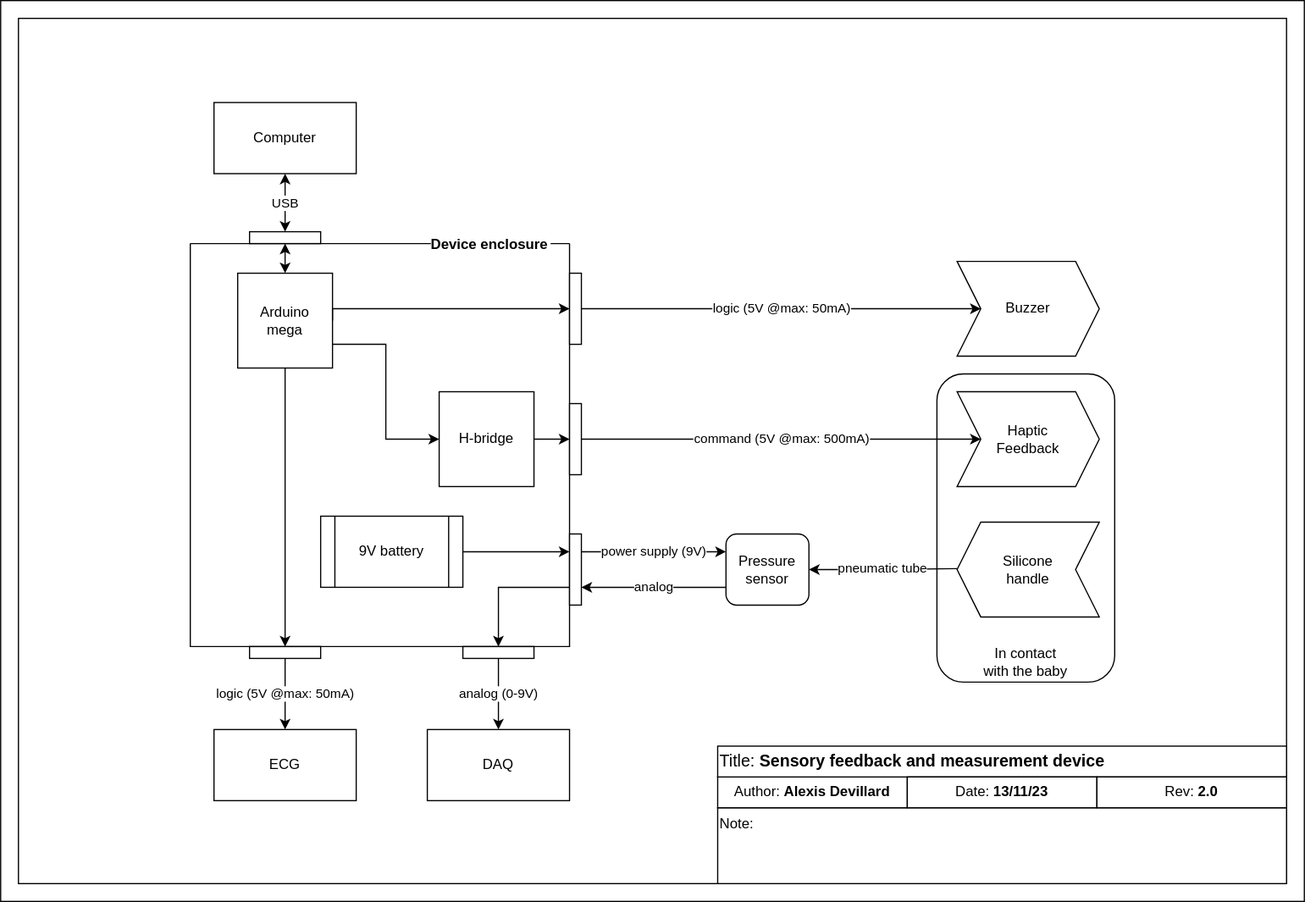
Above: docs/schematics.drawio.svg in Aightech/Bsense (draw.io), before the change. Source tidied: cells renumbered, new cells last; positions are measured from the earlier drawing's top-left corner, leaving out a move shared by most shapes. Its diagram source:
```xml
<mxGraphModel>
  <root>
    <mxCell id="0" />
    <mxCell id="1" parent="0" />
    <mxCell id="2" style="rounded=0;whiteSpace=wrap;html=1;" parent="1" vertex="1">
      <mxGeometry width="1100" height="760" as="geometry" />
    </mxCell>
    <mxCell id="3" style="rounded=0;whiteSpace=wrap;html=1;" parent="1" vertex="1">
      <mxGeometry x="15" y="15" width="1070" height="730" as="geometry" />
    </mxCell>
    <mxCell id="4" value="In contact&lt;br&gt;&amp;nbsp;with the baby" style="rounded=1;whiteSpace=wrap;html=1;verticalAlign=bottom;" parent="1" vertex="1">
      <mxGeometry x="790" y="315" width="150" height="260" as="geometry" />
    </mxCell>
    <mxCell id="5" value="Device enclosure" style="swimlane;startSize=0;labelBackgroundColor=default;align=right;spacingRight=16;" parent="1" vertex="1">
      <mxGeometry x="160" y="205" width="320" height="340" as="geometry" />
    </mxCell>
    <mxCell id="6" value="H-bridge" style="whiteSpace=wrap;html=1;" parent="5" vertex="1">
      <mxGeometry x="210" y="125" width="80" height="80" as="geometry" />
    </mxCell>
    <mxCell id="7" style="edgeStyle=orthogonalEdgeStyle;rounded=0;jettySize=auto;html=1;exitX=1;exitY=0.75;exitDx=0;exitDy=0;entryX=0;entryY=0.5;entryDx=0;entryDy=0;" parent="5" edge="1" source="8" target="6">
      <mxGeometry relative="1" as="geometry" />
    </mxCell>
    <mxCell id="8" value="Arduino &lt;br&gt;mega" style="whiteSpace=wrap;html=1;" parent="5" vertex="1">
      <mxGeometry x="40" y="25" width="80" height="80" as="geometry" />
    </mxCell>
    <mxCell id="9" value="9V battery" style="shape=process;whiteSpace=wrap;html=1;backgroundOutline=1;" parent="5" vertex="1">
      <mxGeometry x="110" y="230" width="120" height="60" as="geometry" />
    </mxCell>
    <mxCell id="10" style="rounded=0;whiteSpace=wrap;html=1;direction=south;" parent="5" vertex="1">
      <mxGeometry x="230" y="340" width="60" height="10" as="geometry" />
    </mxCell>
    <mxCell id="11" value="Buzzer" style="shape=step;perimeter=stepPerimeter;whiteSpace=wrap;html=1;fixedSize=1;" parent="1" vertex="1">
      <mxGeometry x="807" y="220" width="120" height="80" as="geometry" />
    </mxCell>
    <mxCell id="12" value="Haptic &lt;br&gt;Feedback" style="shape=step;perimeter=stepPerimeter;whiteSpace=wrap;html=1;fixedSize=1;" parent="1" vertex="1">
      <mxGeometry x="807" y="330" width="120" height="80" as="geometry" />
    </mxCell>
    <mxCell id="13" value="Silicone&lt;br&gt;handle" style="shape=step;perimeter=stepPerimeter;fixedSize=1;rotation=0;html=1;whiteSpace=wrap;direction=west;" parent="1" vertex="1">
      <mxGeometry x="807" y="440" width="120" height="80" as="geometry" />
    </mxCell>
    <mxCell id="14" value="USB" style="edgeStyle=orthogonalEdgeStyle;rounded=0;jettySize=auto;html=1;exitX=0.5;exitY=1;exitDx=0;exitDy=0;entryX=0;entryY=0.5;entryDx=0;entryDy=0;startArrow=classic;startFill=1;" parent="1" edge="1" source="15" target="34">
      <mxGeometry relative="1" as="geometry" />
    </mxCell>
    <mxCell id="15" value="Computer" style="rounded=0;whiteSpace=wrap;html=1;" parent="1" vertex="1">
      <mxGeometry x="180" y="86" width="120" height="60" as="geometry" />
    </mxCell>
    <mxCell id="16" value="DAQ" style="rounded=0;whiteSpace=wrap;html=1;" parent="1" vertex="1">
      <mxGeometry x="360" y="615" width="120" height="60" as="geometry" />
    </mxCell>
    <mxCell id="17" value="ECG" style="rounded=0;whiteSpace=wrap;html=1;" parent="1" vertex="1">
      <mxGeometry x="180" y="615" width="120" height="60" as="geometry" />
    </mxCell>
    <mxCell id="18" value="analog " style="edgeStyle=orthogonalEdgeStyle;rounded=0;jettySize=auto;html=1;exitX=0;exitY=0.75;exitDx=0;exitDy=0;entryX=1;entryY=0.75;entryDx=0;entryDy=0;" parent="1" edge="1" source="19" target="27">
      <mxGeometry relative="1" as="geometry" />
    </mxCell>
    <mxCell id="19" value="Pressure&lt;br&gt;sensor" style="rounded=1;whiteSpace=wrap;html=1;" parent="1" vertex="1">
      <mxGeometry x="612" y="450" width="70" height="60" as="geometry" />
    </mxCell>
    <mxCell id="20" value="logic (5V @max: 50mA)" style="edgeStyle=orthogonalEdgeStyle;rounded=0;jettySize=auto;html=1;exitX=1;exitY=0.5;exitDx=0;exitDy=0;" parent="1" edge="1" source="22" target="11">
      <mxGeometry relative="1" as="geometry" />
    </mxCell>
    <mxCell id="21" style="edgeStyle=orthogonalEdgeStyle;rounded=0;jettySize=auto;html=1;exitX=1;exitY=0.5;exitDx=0;exitDy=0;" parent="1" edge="1" source="8" target="22">
      <mxGeometry relative="1" as="geometry">
        <Array as="points">
          <mxPoint x="280" y="260" />
        </Array>
      </mxGeometry>
    </mxCell>
    <mxCell id="22" style="rounded=0;whiteSpace=wrap;html=1;" parent="1" vertex="1">
      <mxGeometry x="480" y="230" width="10" height="60" as="geometry" />
    </mxCell>
    <mxCell id="23" value="command (5V @max: 500mA)" style="edgeStyle=orthogonalEdgeStyle;rounded=0;jettySize=auto;html=1;exitX=1;exitY=0.5;exitDx=0;exitDy=0;" parent="1" edge="1" source="24" target="12">
      <mxGeometry relative="1" as="geometry" />
    </mxCell>
    <mxCell id="24" style="rounded=0;whiteSpace=wrap;html=1;" parent="1" vertex="1">
      <mxGeometry x="480" y="340" width="10" height="60" as="geometry" />
    </mxCell>
    <mxCell id="25" style="edgeStyle=orthogonalEdgeStyle;rounded=0;jettySize=auto;html=1;exitX=0;exitY=0.75;exitDx=0;exitDy=0;entryX=0;entryY=0.5;entryDx=0;entryDy=0;" parent="1" edge="1" source="27" target="10">
      <mxGeometry relative="1" as="geometry">
        <Array as="points">
          <mxPoint x="420" y="495" />
        </Array>
      </mxGeometry>
    </mxCell>
    <mxCell id="26" value="power supply (9V)" style="edgeStyle=orthogonalEdgeStyle;rounded=0;jettySize=auto;html=1;exitX=1;exitY=0.25;exitDx=0;exitDy=0;entryX=0;entryY=0.25;entryDx=0;entryDy=0;" parent="1" edge="1" source="27" target="19">
      <mxGeometry relative="1" as="geometry" />
    </mxCell>
    <mxCell id="27" style="rounded=0;whiteSpace=wrap;html=1;" parent="1" vertex="1">
      <mxGeometry x="480" y="450" width="10" height="60" as="geometry" />
    </mxCell>
    <mxCell id="28" style="edgeStyle=orthogonalEdgeStyle;rounded=0;jettySize=auto;html=1;exitX=1;exitY=0.5;exitDx=0;exitDy=0;entryX=0;entryY=0.25;entryDx=0;entryDy=0;" parent="1" edge="1" source="9" target="27">
      <mxGeometry relative="1" as="geometry" />
    </mxCell>
    <mxCell id="29" value="logic (5V @max: 50mA)" style="edgeStyle=orthogonalEdgeStyle;rounded=0;jettySize=auto;html=1;exitX=1;exitY=0.5;exitDx=0;exitDy=0;entryX=0.5;entryY=0;entryDx=0;entryDy=0;" parent="1" edge="1" source="30" target="17">
      <mxGeometry relative="1" as="geometry" />
    </mxCell>
    <mxCell id="30" style="rounded=0;whiteSpace=wrap;html=1;direction=south;" parent="1" vertex="1">
      <mxGeometry x="210" y="545" width="60" height="10" as="geometry" />
    </mxCell>
    <mxCell id="31" value="analog (0-9V)" style="edgeStyle=orthogonalEdgeStyle;rounded=0;jettySize=auto;html=1;exitX=1;exitY=0.5;exitDx=0;exitDy=0;entryX=0.5;entryY=0;entryDx=0;entryDy=0;" parent="1" edge="1" source="10" target="16">
      <mxGeometry relative="1" as="geometry" />
    </mxCell>
    <mxCell id="32" style="edgeStyle=orthogonalEdgeStyle;rounded=0;jettySize=auto;html=1;exitX=0.5;exitY=1;exitDx=0;exitDy=0;entryX=0;entryY=0.5;entryDx=0;entryDy=0;" parent="1" edge="1" source="8" target="30">
      <mxGeometry relative="1" as="geometry">
        <Array as="points">
          <mxPoint x="240" y="315" />
          <mxPoint x="240" y="315" />
        </Array>
      </mxGeometry>
    </mxCell>
    <mxCell id="33" style="edgeStyle=orthogonalEdgeStyle;rounded=0;jettySize=auto;html=1;exitX=1;exitY=0.5;exitDx=0;exitDy=0;entryX=0.5;entryY=0;entryDx=0;entryDy=0;startArrow=classic;startFill=1;" parent="1" edge="1" source="34" target="8">
      <mxGeometry relative="1" as="geometry" />
    </mxCell>
    <mxCell id="34" style="rounded=0;whiteSpace=wrap;html=1;direction=south;" parent="1" vertex="1">
      <mxGeometry x="210" y="195" width="60" height="10" as="geometry" />
    </mxCell>
    <mxCell id="35" value="pneumatic tube" style="edgeStyle=orthogonalEdgeStyle;rounded=0;jettySize=auto;html=1;exitX=1;exitY=0.5;exitDx=0;exitDy=0;entryX=1;entryY=0.51;entryDx=0;entryDy=0;entryPerimeter=0;endArrow=none;endFill=0;startArrow=classic;startFill=1;" parent="1" edge="1" source="19" target="13">
      <mxGeometry relative="1" as="geometry" />
    </mxCell>
    <mxCell id="36" style="edgeStyle=orthogonalEdgeStyle;rounded=0;jettySize=auto;html=1;exitX=1;exitY=0.5;exitDx=0;exitDy=0;entryX=0;entryY=0.5;entryDx=0;entryDy=0;" parent="1" edge="1" source="6" target="24">
      <mxGeometry relative="1" as="geometry" />
    </mxCell>
    <mxCell id="37" value="&lt;div align=&quot;left&quot;&gt;Note:&lt;/div&gt;" style="rounded=0;whiteSpace=wrap;html=1;align=left;verticalAlign=top;" parent="1" vertex="1">
      <mxGeometry x="605" y="681" width="480" height="64" as="geometry" />
    </mxCell>
    <mxCell id="38" value="Author:&lt;b&gt; Alexis Devillard&lt;br&gt;&lt;/b&gt;" style="rounded=0;whiteSpace=wrap;html=1;" parent="1" vertex="1">
      <mxGeometry x="605" y="655" width="160" height="26" as="geometry" />
    </mxCell>
    <mxCell id="39" value="Title: &lt;b&gt;Sensory feedback and measurement device&lt;/b&gt;" style="rounded=0;whiteSpace=wrap;html=1;align=left;fontSize=14;" parent="1" vertex="1">
      <mxGeometry x="605" y="629" width="480" height="26" as="geometry" />
    </mxCell>
    <mxCell id="40" value="Date:&lt;b&gt; 13/11/23&lt;br&gt;&lt;/b&gt;" style="rounded=0;whiteSpace=wrap;html=1;" parent="1" vertex="1">
      <mxGeometry x="765" y="655" width="160" height="26" as="geometry" />
    </mxCell>
    <mxCell id="41" value="Rev:&lt;b&gt; 2.0&lt;/b&gt;" style="rounded=0;whiteSpace=wrap;html=1;" parent="1" vertex="1">
      <mxGeometry x="925" y="655" width="160" height="26" as="geometry" />
    </mxCell>
  </root>
</mxGraphModel>
```
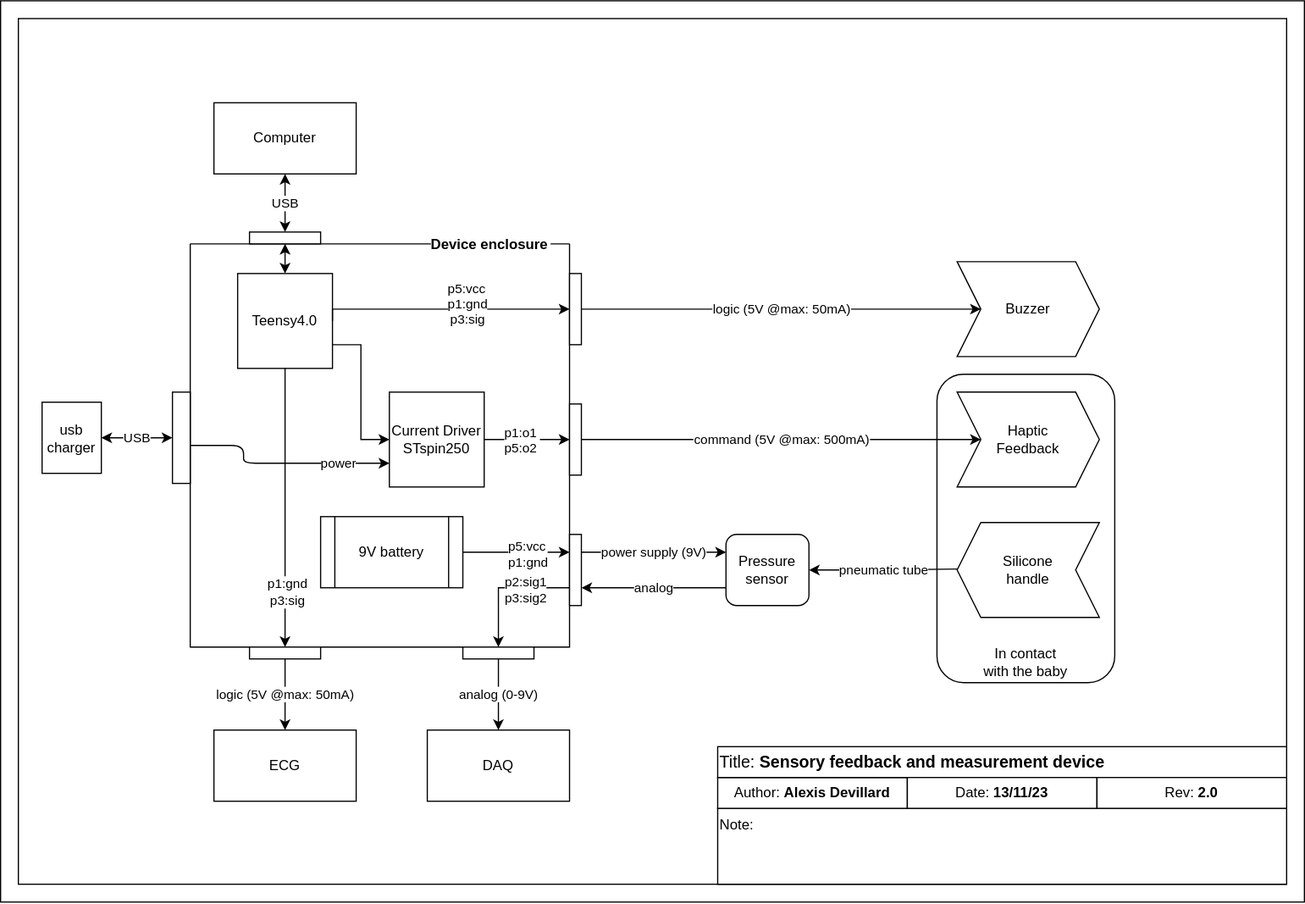
The same diagram one commit later.

Change to the diagram source:
```diff
@@ -14,13 +14,13 @@
     <mxCell id="5" value="Device enclosure" style="swimlane;startSize=0;labelBackgroundColor=default;align=right;spacingRight=16;" parent="1" vertex="1">
       <mxGeometry x="160" y="205" width="320" height="340" as="geometry" />
     </mxCell>
-    <mxCell id="6" value="H-bridge" style="whiteSpace=wrap;html=1;" parent="5" vertex="1">
-      <mxGeometry x="210" y="125" width="80" height="80" as="geometry" />
+    <mxCell id="6" value="Current Driver&lt;div&gt;STspin250&lt;/div&gt;" style="whiteSpace=wrap;html=1;" parent="5" vertex="1">
+      <mxGeometry x="168" y="125" width="80" height="80" as="geometry" />
     </mxCell>
     <mxCell id="7" style="edgeStyle=orthogonalEdgeStyle;rounded=0;jettySize=auto;html=1;exitX=1;exitY=0.75;exitDx=0;exitDy=0;entryX=0;entryY=0.5;entryDx=0;entryDy=0;" parent="5" edge="1" source="8" target="6">
       <mxGeometry relative="1" as="geometry" />
     </mxCell>
-    <mxCell id="8" value="Arduino &lt;br&gt;mega" style="whiteSpace=wrap;html=1;" parent="5" vertex="1">
+    <mxCell id="8" value="Teensy4.0" style="whiteSpace=wrap;html=1;" parent="5" vertex="1">
       <mxGeometry x="40" y="25" width="80" height="80" as="geometry" />
     </mxCell>
     <mxCell id="9" value="9V battery" style="shape=process;whiteSpace=wrap;html=1;backgroundOutline=1;" parent="5" vertex="1">
@@ -29,6 +29,14 @@
     <mxCell id="10" style="rounded=0;whiteSpace=wrap;html=1;direction=south;" parent="5" vertex="1">
       <mxGeometry x="230" y="340" width="60" height="10" as="geometry" />
     </mxCell>
+    <mxCell id="42" value="power" style="edgeStyle=orthogonalEdgeStyle;html=1;exitX=0;exitY=0.5;exitDx=0;exitDy=0;entryX=0;entryY=0.75;entryDx=0;entryDy=0;" parent="5" edge="1" source="5" target="6">
+      <mxGeometry x="0.53" relative="1" as="geometry">
+        <Array as="points">
+          <mxPoint x="45" y="170" />
+          <mxPoint x="45" y="185" />
+        </Array>
+      </mxGeometry>
+    </mxCell>
     <mxCell id="11" value="Buzzer" style="shape=step;perimeter=stepPerimeter;whiteSpace=wrap;html=1;fixedSize=1;" parent="1" vertex="1">
       <mxGeometry x="807" y="220" width="120" height="80" as="geometry" />
     </mxCell>
@@ -59,13 +67,16 @@
     <mxCell id="20" value="logic (5V @max: 50mA)" style="edgeStyle=orthogonalEdgeStyle;rounded=0;jettySize=auto;html=1;exitX=1;exitY=0.5;exitDx=0;exitDy=0;" parent="1" edge="1" source="22" target="11">
       <mxGeometry relative="1" as="geometry" />
     </mxCell>
-    <mxCell id="21" style="edgeStyle=orthogonalEdgeStyle;rounded=0;jettySize=auto;html=1;exitX=1;exitY=0.5;exitDx=0;exitDy=0;" parent="1" edge="1" source="8" target="22">
+    <mxCell id="21" style="edgeStyle=orthogonalEdgeStyle;rounded=0;jettySize=auto;exitX=1;exitY=0.5;exitDx=0;exitDy=0;align=left;" parent="1" edge="1" source="8" target="22">
       <mxGeometry relative="1" as="geometry">
         <Array as="points">
           <mxPoint x="280" y="260" />
         </Array>
       </mxGeometry>
     </mxCell>
+    <mxCell id="43" value="&lt;div style=&quot;text-align: left;&quot;&gt;&lt;span style=&quot;background-color: light-dark(#ffffff, var(--ge-dark-color, #121212));&quot;&gt;p5:vcc&lt;/span&gt;&lt;/div&gt;&lt;div&gt;p1:gnd&lt;/div&gt;&lt;div&gt;p3:sig&lt;/div&gt;" style="edgeLabel;html=1;align=center;verticalAlign=middle;" parent="21" vertex="1">
+      <mxGeometry x="0.18" y="4" relative="1" as="geometry" />
+    </mxCell>
     <mxCell id="22" style="rounded=0;whiteSpace=wrap;html=1;" parent="1" vertex="1">
       <mxGeometry x="480" y="230" width="10" height="60" as="geometry" />
     </mxCell>
@@ -82,6 +93,9 @@
         </Array>
       </mxGeometry>
     </mxCell>
+    <mxCell id="44" value="p2:sig1&lt;div&gt;&lt;span style=&quot;color: rgb(0, 0, 0);&quot;&gt;p3:sig2&lt;/span&gt;&lt;/div&gt;" style="edgeLabel;html=1;align=center;verticalAlign=middle;" parent="25" vertex="1">
+      <mxGeometry x="-0.33" y="2" relative="1" as="geometry" />
+    </mxCell>
     <mxCell id="26" value="power supply (9V)" style="edgeStyle=orthogonalEdgeStyle;rounded=0;jettySize=auto;html=1;exitX=1;exitY=0.25;exitDx=0;exitDy=0;entryX=0;entryY=0.25;entryDx=0;entryDy=0;" parent="1" edge="1" source="27" target="19">
       <mxGeometry relative="1" as="geometry" />
     </mxCell>
@@ -91,6 +105,9 @@
     <mxCell id="28" style="edgeStyle=orthogonalEdgeStyle;rounded=0;jettySize=auto;html=1;exitX=1;exitY=0.5;exitDx=0;exitDy=0;entryX=0;entryY=0.25;entryDx=0;entryDy=0;" parent="1" edge="1" source="9" target="27">
       <mxGeometry relative="1" as="geometry" />
     </mxCell>
+    <mxCell id="45" value="&lt;div style=&quot;text-align: left;&quot;&gt;&lt;span style=&quot;background-color: light-dark(#ffffff, var(--ge-dark-color, #121212));&quot;&gt;p5:vcc&lt;/span&gt;&lt;/div&gt;&lt;div&gt;p1:gnd&lt;/div&gt;" style="edgeLabel;html=1;align=center;verticalAlign=middle;" parent="28" vertex="1">
+      <mxGeometry x="0.22" y="-2" relative="1" as="geometry" />
+    </mxCell>
     <mxCell id="29" value="logic (5V @max: 50mA)" style="edgeStyle=orthogonalEdgeStyle;rounded=0;jettySize=auto;html=1;exitX=1;exitY=0.5;exitDx=0;exitDy=0;entryX=0.5;entryY=0;entryDx=0;entryDy=0;" parent="1" edge="1" source="30" target="17">
       <mxGeometry relative="1" as="geometry" />
     </mxCell>
@@ -108,6 +125,9 @@
         </Array>
       </mxGeometry>
     </mxCell>
+    <mxCell id="46" value="&lt;div style=&quot;text-align: left;&quot;&gt;&lt;span style=&quot;background-color: light-dark(#ffffff, var(--ge-dark-color, #121212)); text-align: center;&quot;&gt;p1:gnd&lt;/span&gt;&lt;/div&gt;&lt;div&gt;p3:sig&lt;/div&gt;" style="edgeLabel;html=1;align=center;verticalAlign=middle;" parent="32" vertex="1">
+      <mxGeometry x="0.61" y="2" relative="1" as="geometry" />
+    </mxCell>
     <mxCell id="33" style="edgeStyle=orthogonalEdgeStyle;rounded=0;jettySize=auto;html=1;exitX=1;exitY=0.5;exitDx=0;exitDy=0;entryX=0.5;entryY=0;entryDx=0;entryDy=0;startArrow=classic;startFill=1;" parent="1" edge="1" source="34" target="8">
       <mxGeometry relative="1" as="geometry" />
     </mxCell>
@@ -117,9 +137,12 @@
     <mxCell id="35" value="pneumatic tube" style="edgeStyle=orthogonalEdgeStyle;rounded=0;jettySize=auto;html=1;exitX=1;exitY=0.5;exitDx=0;exitDy=0;entryX=1;entryY=0.51;entryDx=0;entryDy=0;entryPerimeter=0;endArrow=none;endFill=0;startArrow=classic;startFill=1;" parent="1" edge="1" source="19" target="13">
       <mxGeometry relative="1" as="geometry" />
     </mxCell>
-    <mxCell id="36" style="edgeStyle=orthogonalEdgeStyle;rounded=0;jettySize=auto;html=1;exitX=1;exitY=0.5;exitDx=0;exitDy=0;entryX=0;entryY=0.5;entryDx=0;entryDy=0;" parent="1" edge="1" source="6" target="24">
+    <mxCell id="36" style="edgeStyle=orthogonalEdgeStyle;rounded=0;jettySize=auto;exitX=1;exitY=0.5;exitDx=0;exitDy=0;entryX=0;entryY=0.5;entryDx=0;entryDy=0;align=left;" parent="1" edge="1" source="6" target="24">
       <mxGeometry relative="1" as="geometry" />
     </mxCell>
+    <mxCell id="47" value="p1:o1&#10;p5:o2" style="edgeLabel;align=center;verticalAlign=middle;" parent="36" vertex="1">
+      <mxGeometry x="-0.14" relative="1" as="geometry" />
+    </mxCell>
     <mxCell id="37" value="&lt;div align=&quot;left&quot;&gt;Note:&lt;/div&gt;" style="rounded=0;whiteSpace=wrap;html=1;align=left;verticalAlign=top;" parent="1" vertex="1">
       <mxGeometry x="605" y="681" width="480" height="64" as="geometry" />
     </mxCell>
@@ -135,5 +158,14 @@
     <mxCell id="41" value="Rev:&lt;b&gt; 2.0&lt;/b&gt;" style="rounded=0;whiteSpace=wrap;html=1;" parent="1" vertex="1">
       <mxGeometry x="925" y="655" width="160" height="26" as="geometry" />
     </mxCell>
+    <mxCell id="48" style="rounded=0;whiteSpace=wrap;html=1;direction=south;" parent="1" vertex="1">
+      <mxGeometry x="145" y="330" width="15" height="77" as="geometry" />
+    </mxCell>
+    <mxCell id="49" value="USB" style="edgeStyle=orthogonalEdgeStyle;rounded=0;jettySize=auto;html=1;entryX=0.5;entryY=1;entryDx=0;entryDy=0;startArrow=classic;startFill=1;exitX=1;exitY=0.5;exitDx=0;exitDy=0;" parent="1" edge="1" source="50" target="48">
+      <mxGeometry relative="1" as="geometry" />
+    </mxCell>
+    <mxCell id="50" value="usb charger" style="rounded=0;whiteSpace=wrap;html=1;" parent="1" vertex="1">
+      <mxGeometry x="35" y="338.5" width="50" height="60" as="geometry" />
+    </mxCell>
   </root>
 </mxGraphModel>
```
